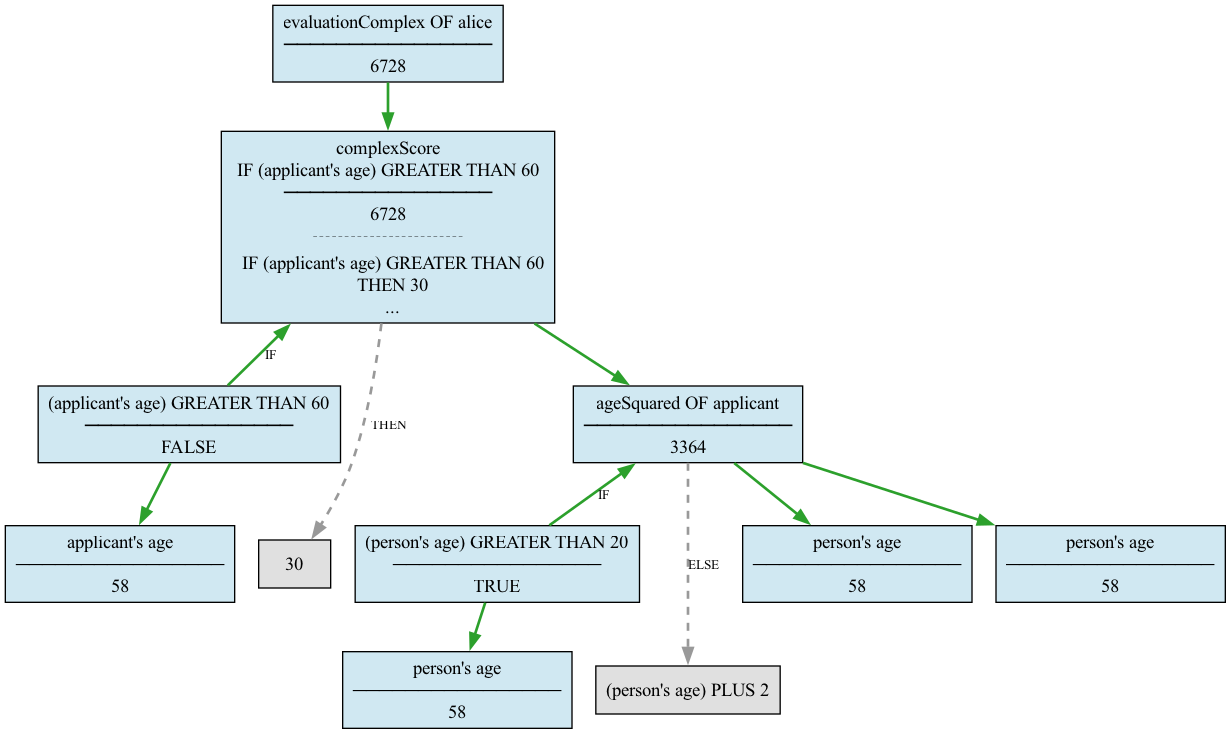
Before: doc/images/trace-showcase-eval2.png, a diagram exported from Graphviz (smucclaw/l4-ide). Its source is kept beside it as doc/images/trace-showcase-eval2.dot.
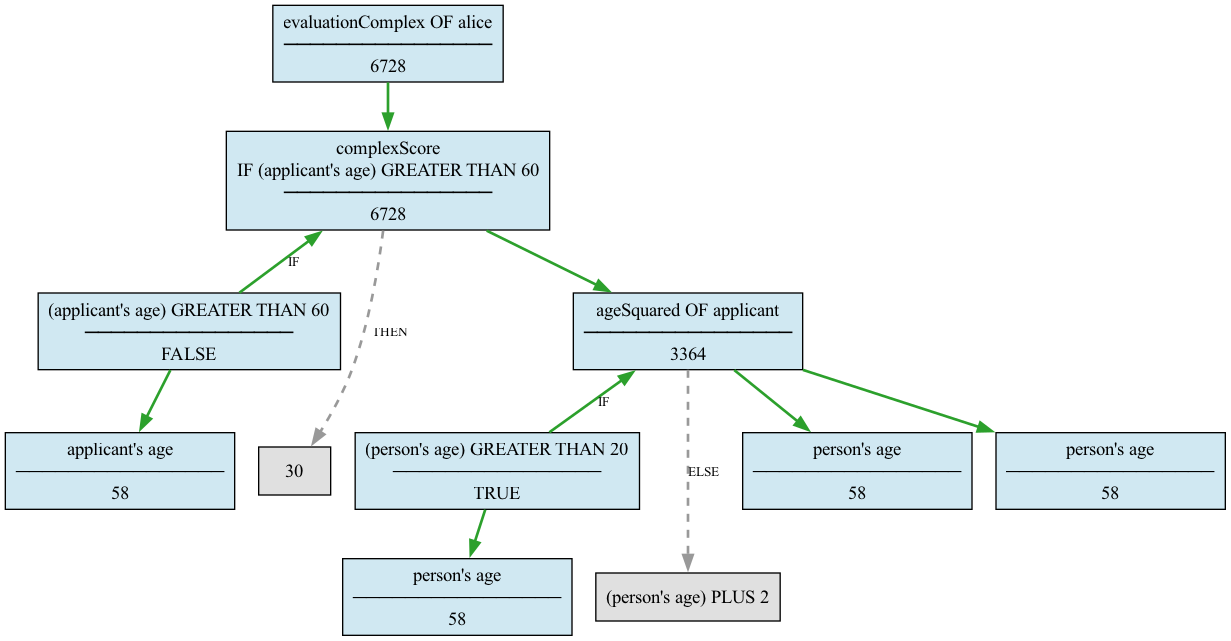
Later version of the same file.

The edit, as a diff of the source:
```diff
@@ -4,7 +4,7 @@
     0 [label="evaluationComplex OF alice\n────────────────\n6728"
       ,fillcolor="#d0e8f2"
       ,style=filled];
-    2 [label="complexScore\nIF (applicant's age) GREATER THAN 60\n────────────────\n6728\n┄┄┄┄┄┄┄┄\n  IF (applicant's age) GREATER THAN 60\n  THEN 30\n  ..."
+    2 [label="complexScore\nIF (applicant's age) GREATER THAN 60\n────────────────\n6728"
       ,fillcolor="#d0e8f2"
       ,style=filled];
     3 [label="(applicant's age) GREATER THAN 60\n────────────────\nFALSE"
```
